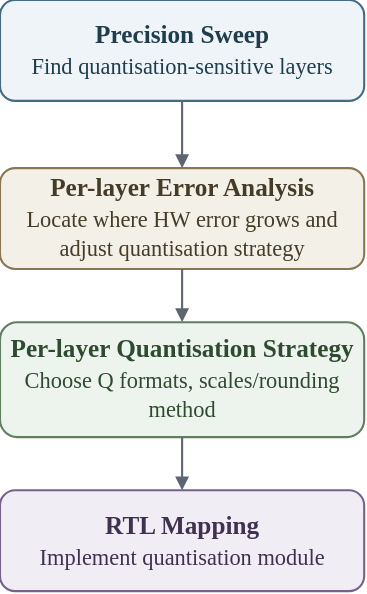
This is docx/presentation/thesis/drawio/quantization_flow.svg from Elison-debug/Cmamba_reconstruct, a draw.io export, as it was before one commit. Source tidied: cells renumbered, new cells last; positions are measured from the earlier drawing's top-left corner, leaving out a move shared by most shapes.
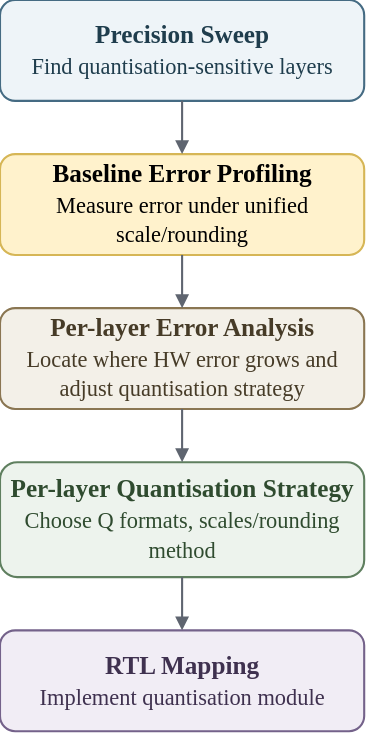
Later version of the same file.

What changed in the source:
```diff
@@ -3,7 +3,7 @@
     <mxCell id="0" />
     <mxCell id="1" parent="0" />
     <mxCell id="2" value="&lt;div&gt;Precision Sweep&lt;/div&gt;&lt;div&gt;&lt;span style=&quot;font-weight: normal;&quot;&gt;&lt;font style=&quot;font-size: 16px;&quot;&gt;Find quantisation-sensitive layers&lt;/font&gt;&lt;/span&gt;&lt;/div&gt;" style="rounded=1;whiteSpace=wrap;html=1;fillColor=#eef4f8;strokeColor=#456b83;fontColor=#1f3d4d;fontFamily=Times New Roman;fontSize=18;fontStyle=1;strokeWidth=1.5;" parent="1" vertex="1">
-      <mxGeometry width="260" height="72" as="geometry" />
+      <mxGeometry y="-100" width="260" height="72" as="geometry" />
     </mxCell>
     <mxCell id="3" value="&lt;div&gt;Per-layer Error Analysis&lt;/div&gt;&lt;div&gt;&lt;span style=&quot;font-weight: normal;&quot;&gt;&lt;font style=&quot;font-size: 16px;&quot;&gt;Locate where HW error grows and adjust quantisation strategy&lt;/font&gt;&lt;/span&gt;&lt;/div&gt;" style="rounded=1;whiteSpace=wrap;html=1;fillColor=#f3f0e8;strokeColor=#8a7652;fontColor=#463b27;fontFamily=Times New Roman;fontSize=18;fontStyle=1;strokeWidth=1.5;" parent="1" vertex="1">
       <mxGeometry y="120" width="260" height="72" as="geometry" />
@@ -14,14 +14,20 @@
     <mxCell id="5" value="&lt;div&gt;RTL Mapping&lt;/div&gt;&lt;div&gt;&lt;font style=&quot;font-size: 16px; font-weight: normal;&quot;&gt;Implement quantisation module&lt;/font&gt;&lt;/div&gt;" style="rounded=1;whiteSpace=wrap;html=1;fillColor=#f1edf5;strokeColor=#74628a;fontColor=#3f314f;fontFamily=Times New Roman;fontSize=18;fontStyle=1;strokeWidth=1.5;" parent="1" vertex="1">
       <mxGeometry y="350" width="260" height="72" as="geometry" />
     </mxCell>
-    <mxCell id="6" style="endArrow=block;html=1;rounded=0;strokeWidth=1.5;strokeColor=#5f6570;" parent="1" edge="1" source="2" target="3">
-      <mxGeometry relative="1" as="geometry" />
-    </mxCell>
     <mxCell id="7" style="endArrow=block;html=1;rounded=0;strokeWidth=1.5;strokeColor=#5f6570;" parent="1" edge="1" source="3" target="4">
       <mxGeometry relative="1" as="geometry" />
     </mxCell>
     <mxCell id="8" style="endArrow=block;html=1;rounded=0;strokeWidth=1.5;strokeColor=#5f6570;" parent="1" edge="1" source="4" target="5">
       <mxGeometry relative="1" as="geometry" />
     </mxCell>
+    <mxCell id="9" value="&lt;div&gt;Baseline Error Profiling&lt;/div&gt;&lt;div&gt;&lt;span style=&quot;font-weight: normal;&quot;&gt;&lt;font style=&quot;font-size: 16px;&quot;&gt;Measure error under unified scale/rounding&lt;/font&gt;&lt;/span&gt;&lt;/div&gt;" style="rounded=1;whiteSpace=wrap;html=1;fillColor=#fff2cc;strokeColor=#d6b656;fontFamily=Times New Roman;fontSize=18;fontStyle=1;strokeWidth=1.5;" parent="1" vertex="1">
+      <mxGeometry y="10" width="260" height="72" as="geometry" />
+    </mxCell>
+    <mxCell id="10" style="endArrow=block;html=1;rounded=0;strokeWidth=1.5;strokeColor=#5f6570;exitX=0.5;exitY=1;exitDx=0;exitDy=0;entryX=0.5;entryY=0;entryDx=0;entryDy=0;" parent="1" edge="1" source="9" target="3">
+      <mxGeometry relative="1" as="geometry" />
+    </mxCell>
+    <mxCell id="11" style="endArrow=block;html=1;rounded=0;strokeWidth=1.5;strokeColor=#5f6570;exitX=0.5;exitY=1;exitDx=0;exitDy=0;entryX=0.5;entryY=0;entryDx=0;entryDy=0;" parent="1" edge="1" source="2" target="9">
+      <mxGeometry relative="1" as="geometry" />
+    </mxCell>
   </root>
 </mxGraphModel>
```
